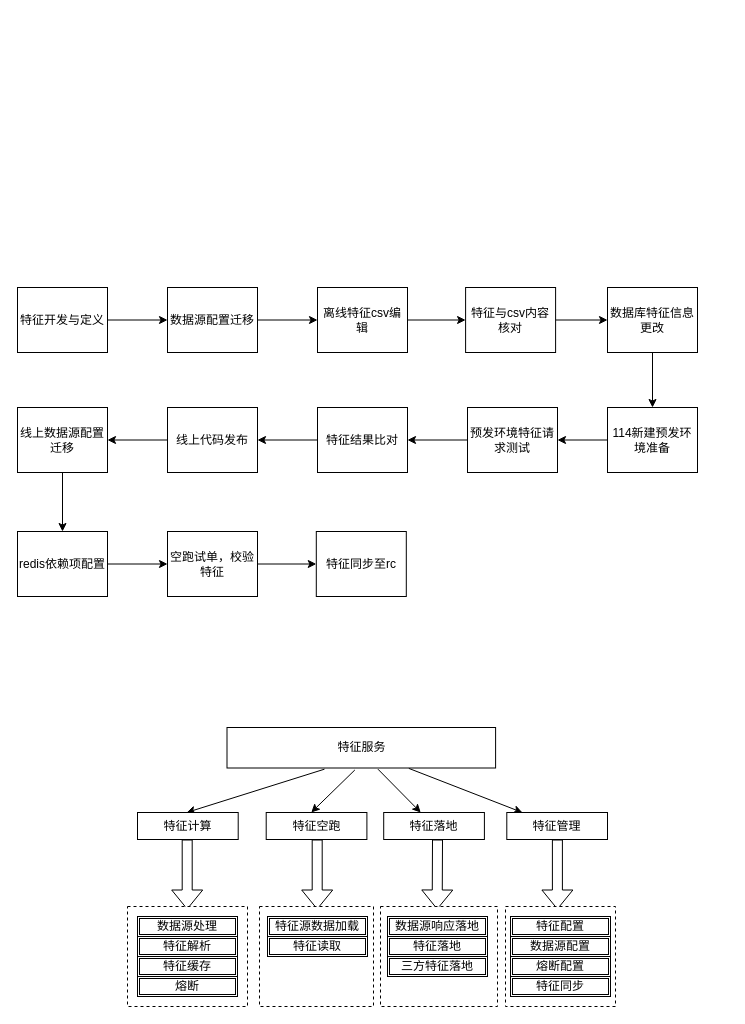
Before: tzpt.drawio in aGVsZWk/mac_dot_config, a draw.io diagram. Source tidied: cells renumbered, new cells numbered last; positions are measured from the earlier drawing's top-left corner, leaving out a move shared by most shapes. Both pictures are drawn from the tidied source at 100%, with x=0, y=0 at pixel (17, 287).
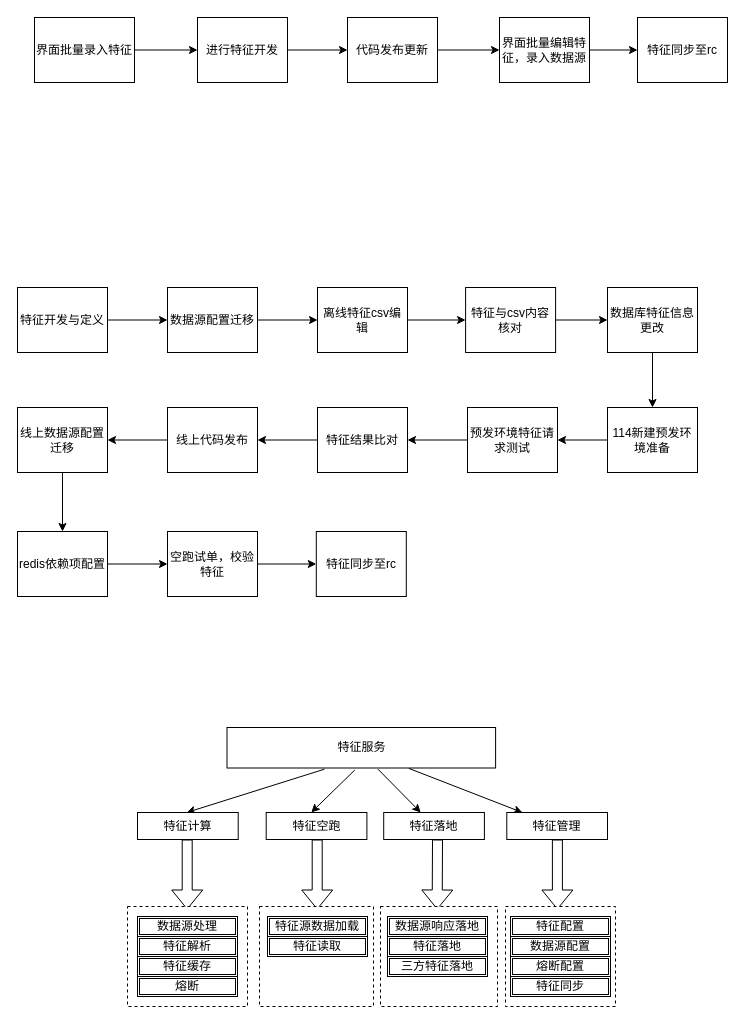
After the change.

What changed in the source:
```diff
@@
+    <mxCell id="63" style="edgeStyle=orthogonalEdgeStyle;rounded=0;jettySize=auto;html=1;" parent="1" edge="1" source="64" target="66">
+      <mxGeometry relative="1" as="geometry" />
+    </mxCell>
+    <mxCell id="64" value="界面批量录入特征" style="rounded=0;whiteSpace=wrap;html=1;fontFamily=Helvetica;fontSize=12;fontColor=#000000;align=center;" parent="1" vertex="1">
+      <mxGeometry x="17" y="-270" width="100" height="65" as="geometry" />
+    </mxCell>
+    <mxCell id="65" style="edgeStyle=orthogonalEdgeStyle;rounded=0;jettySize=auto;html=1;" parent="1" edge="1" source="66" target="68">
+      <mxGeometry relative="1" as="geometry" />
+    </mxCell>
+    <mxCell id="66" value="进行特征开发" style="rounded=0;whiteSpace=wrap;html=1;fontFamily=Helvetica;fontSize=12;fontColor=#000000;align=center;" parent="1" vertex="1">
+      <mxGeometry x="180" y="-270" width="90" height="65" as="geometry" />
+    </mxCell>
+    <mxCell id="67" style="edgeStyle=orthogonalEdgeStyle;rounded=0;jettySize=auto;html=1;" parent="1" edge="1" source="68" target="70">
+      <mxGeometry relative="1" as="geometry" />
+    </mxCell>
+    <mxCell id="68" value="代码发布更新" style="rounded=0;whiteSpace=wrap;html=1;fontFamily=Helvetica;fontSize=12;fontColor=#000000;align=center;" parent="1" vertex="1">
+      <mxGeometry x="330" y="-270" width="90" height="65" as="geometry" />
+    </mxCell>
+    <mxCell id="69" style="edgeStyle=orthogonalEdgeStyle;rounded=0;jettySize=auto;html=1;" parent="1" edge="1" source="70" target="71">
+      <mxGeometry relative="1" as="geometry" />
+    </mxCell>
+    <mxCell id="70" value="界面批量编辑特征，录入数据源" style="rounded=0;whiteSpace=wrap;html=1;fontFamily=Helvetica;fontSize=12;fontColor=#000000;align=center;" parent="1" vertex="1">
+      <mxGeometry x="482" y="-270" width="90" height="65" as="geometry" />
+    </mxCell>
+    <mxCell id="71" value="特征同步至rc" style="rounded=0;whiteSpace=wrap;html=1;fontFamily=Helvetica;fontSize=12;fontColor=#000000;align=center;" parent="1" vertex="1">
+      <mxGeometry x="620" y="-270" width="90" height="65" as="geometry" />
+    </mxCell>
```
